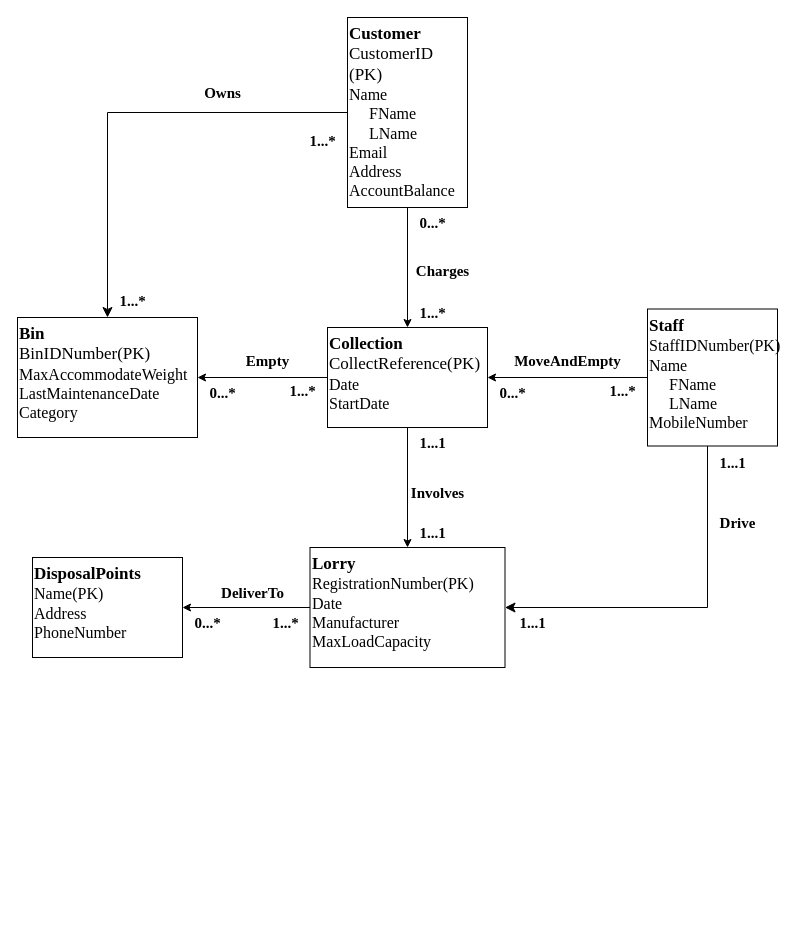
Aurrrrr/Aur keeps this draw.io diagram as CSC8017coursework1.drawio. Above is the earlier version. Source tidied: cells renumbered, new cells numbered last; positions are measured from the earlier drawing's top-left corner, leaving out a move shared by most shapes. Both pictures are drawn from the tidied source at 100%, with x=0, y=0 at pixel (17, 17).
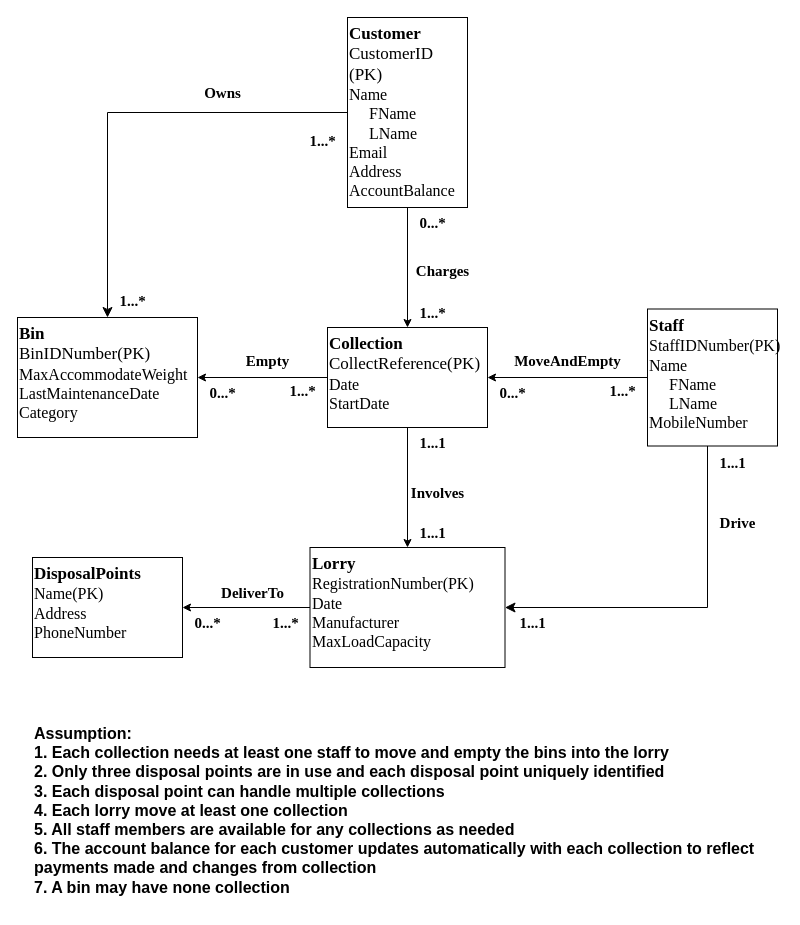
The same diagram, later.

The edit, as a diff of the source:
```diff
@@
+    <mxCell id="36" value="&lt;font style=&quot;font-size: 16px;&quot;&gt;&lt;b style=&quot;&quot;&gt;Assumption:&lt;/b&gt;&lt;/font&gt;&lt;div style=&quot;font-size: 16px;&quot;&gt;&lt;font style=&quot;font-size: 16px;&quot;&gt;&lt;b style=&quot;&quot;&gt;1. Each collection needs at least one staff to move and empty the bins into the lorry&lt;/b&gt;&lt;/font&gt;&lt;/div&gt;&lt;div style=&quot;font-size: 16px;&quot;&gt;&lt;font style=&quot;font-size: 16px;&quot;&gt;&lt;b style=&quot;&quot;&gt;2. Only three disposal points are in use and each disposal point uniquely identified&lt;/b&gt;&lt;/font&gt;&lt;/div&gt;&lt;div style=&quot;font-size: 16px;&quot;&gt;&lt;font style=&quot;font-size: 16px;&quot;&gt;&lt;b style=&quot;&quot;&gt;3. Each disposal point can handle multiple collections&lt;/b&gt;&lt;/font&gt;&lt;/div&gt;&lt;div style=&quot;font-size: 16px;&quot;&gt;&lt;font style=&quot;font-size: 16px;&quot;&gt;&lt;b style=&quot;&quot;&gt;4. Each lorry move at least one collection&lt;/b&gt;&lt;/font&gt;&lt;/div&gt;&lt;div style=&quot;font-size: 16px;&quot;&gt;&lt;font style=&quot;font-size: 16px;&quot;&gt;&lt;b style=&quot;&quot;&gt;5. All staff members are available for any collections as needed&lt;/b&gt;&lt;/font&gt;&lt;/div&gt;&lt;div style=&quot;font-size: 16px;&quot;&gt;&lt;font style=&quot;font-size: 16px;&quot;&gt;&lt;b style=&quot;&quot;&gt;6. The account balance for each customer updates automatically with each collection to reflect&amp;nbsp;&lt;/b&gt;&lt;/font&gt;&lt;/div&gt;&lt;div style=&quot;font-size: 16px;&quot;&gt;&lt;font style=&quot;font-size: 16px;&quot;&gt;&lt;b style=&quot;&quot;&gt;payments&amp;nbsp;&lt;/b&gt;&lt;/font&gt;&lt;b style=&quot;background-color: initial;&quot;&gt;made and changes from collection&lt;/b&gt;&lt;/div&gt;&lt;div style=&quot;font-size: 16px;&quot;&gt;&lt;font style=&quot;font-size: 16px;&quot;&gt;&lt;b style=&quot;&quot;&gt;7. A bin may have none collection&amp;nbsp;&lt;/b&gt;&lt;/font&gt;&lt;/div&gt;" style="text;html=1;align=left;verticalAlign=top;strokeColor=none;fillColor=none;" parent="1" vertex="1">
+      <mxGeometry x="15" y="700" width="750" height="190" as="geometry" />
+    </mxCell>
```
